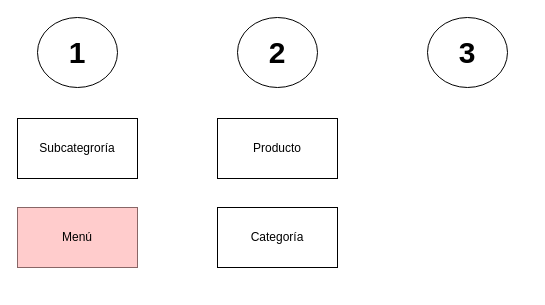
andrescardo98/doo keeps this draw.io diagram as page "Flujo Eventos Menu" (11 of 11) of Restaurante_Disenio.drawio. Above is the earlier version. Source tidied: cells renumbered, new cells numbered last; positions are measured from the earlier drawing's top-left corner, leaving out a move shared by most shapes. Both pictures are drawn from the tidied source at 100%, with x=0, y=0 at pixel (17, 17).
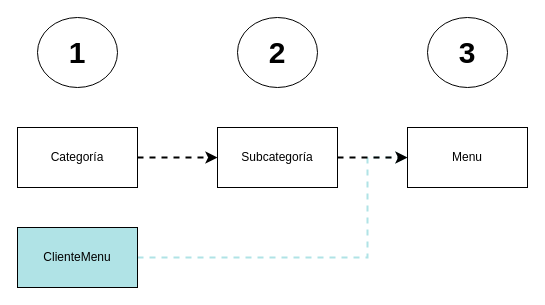
After the change.

Diff of the diagram source:
```diff
@@
 <mxGraphModel>
   <root>
     <mxCell id="0" />
     <mxCell id="1" parent="0" />
-    <mxCell id="2" value="Producto" style="rounded=0;whiteSpace=wrap;html=1;" parent="1" vertex="1">
-      <mxGeometry x="200" y="101" width="120" height="60" as="geometry" />
-    </mxCell>
-    <mxCell id="3" value="Subcategroría" style="rounded=0;whiteSpace=wrap;html=1;" parent="1" vertex="1">
-      <mxGeometry y="101" width="120" height="60" as="geometry" />
-    </mxCell>
-    <mxCell id="4" value="Categoría" style="rounded=0;whiteSpace=wrap;html=1;" parent="1" vertex="1">
-      <mxGeometry x="200" y="190" width="120" height="60" as="geometry" />
-    </mxCell>
-    <mxCell id="5" value="Menú" style="rounded=0;whiteSpace=wrap;html=1;fillColor=#FFCCCC;strokeColor=#886666;" parent="1" vertex="1">
-      <mxGeometry y="190" width="120" height="60" as="geometry" />
-    </mxCell>
     <mxCell id="6" value="&lt;b&gt;&lt;font style=&quot;font-size: 30px;&quot;&gt;1&lt;/font&gt;&lt;/b&gt;" style="ellipse;whiteSpace=wrap;html=1;" parent="1" vertex="1">
       <mxGeometry x="20" width="80" height="70" as="geometry" />
     </mxCell>
     <mxCell id="7" value="&lt;b&gt;&lt;font style=&quot;font-size: 30px;&quot;&gt;2&lt;/font&gt;&lt;/b&gt;" style="ellipse;whiteSpace=wrap;html=1;" parent="1" vertex="1">
       <mxGeometry x="220" width="80" height="70" as="geometry" />
     </mxCell>
     <mxCell id="8" value="&lt;b&gt;&lt;font style=&quot;font-size: 30px;&quot;&gt;3&lt;/font&gt;&lt;/b&gt;" style="ellipse;whiteSpace=wrap;html=1;" parent="1" vertex="1">
       <mxGeometry x="410" width="80" height="70" as="geometry" />
     </mxCell>
+    <mxCell id="9" style="edgeStyle=orthogonalEdgeStyle;rounded=0;jettySize=auto;html=1;exitX=1;exitY=0.5;exitDx=0;exitDy=0;entryX=0;entryY=0.5;entryDx=0;entryDy=0;dashed=1;strokeColor=#B0E3E6;strokeWidth=2;" parent="1" edge="1" source="10" target="11">
+      <mxGeometry relative="1" as="geometry">
+        <Array as="points">
+          <mxPoint x="350" y="240" />
+          <mxPoint x="350" y="140" />
+        </Array>
+      </mxGeometry>
+    </mxCell>
+    <mxCell id="10" value="ClienteMenu" style="rounded=0;whiteSpace=wrap;html=1;fillColor=#B0E3E6;fontColor=#000000;" parent="1" vertex="1">
+      <mxGeometry y="210" width="120" height="60" as="geometry" />
+    </mxCell>
+    <mxCell id="11" value="Menu" style="rounded=0;whiteSpace=wrap;html=1;" parent="1" vertex="1">
+      <mxGeometry x="390" y="110" width="120" height="60" as="geometry" />
+    </mxCell>
+    <mxCell id="12" style="edgeStyle=orthogonalEdgeStyle;rounded=0;jettySize=auto;html=1;exitX=1;exitY=0.5;exitDx=0;exitDy=0;entryX=0;entryY=0.5;entryDx=0;entryDy=0;dashed=1;strokeWidth=2;" parent="1" edge="1" source="13" target="11">
+      <mxGeometry relative="1" as="geometry" />
+    </mxCell>
+    <mxCell id="13" value="Subcategoría" style="rounded=0;whiteSpace=wrap;html=1;" parent="1" vertex="1">
+      <mxGeometry x="200" y="110" width="120" height="60" as="geometry" />
+    </mxCell>
+    <mxCell id="14" style="edgeStyle=orthogonalEdgeStyle;rounded=0;jettySize=auto;html=1;exitX=1;exitY=0.5;exitDx=0;exitDy=0;entryX=0;entryY=0.5;entryDx=0;entryDy=0;dashed=1;strokeWidth=2;" parent="1" edge="1" source="4" target="13">
+      <mxGeometry relative="1" as="geometry" />
+    </mxCell>
+    <mxCell id="4" value="Categoría" style="rounded=0;whiteSpace=wrap;html=1;" parent="1" vertex="1">
+      <mxGeometry y="110" width="120" height="60" as="geometry" />
+    </mxCell>
   </root>
 </mxGraphModel>
```
